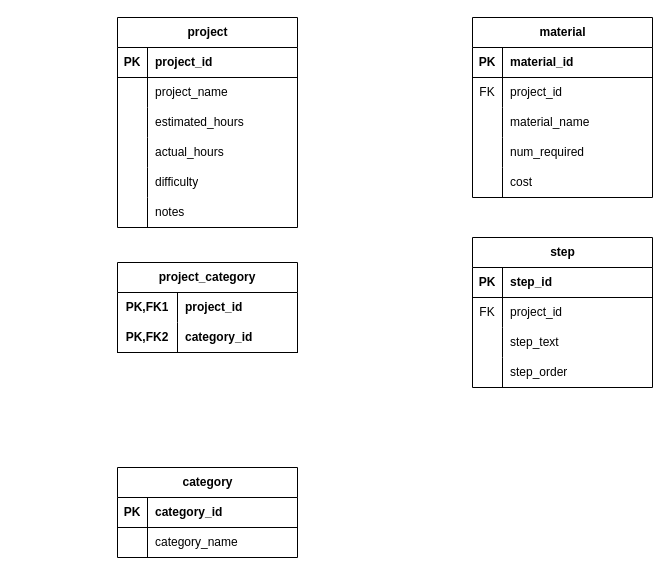
Before: projects-erd.drawio in countkhalil/Week7-Coding, a draw.io diagram. Source tidied: cells renumbered, new cells numbered last; positions are measured from the earlier drawing's top-left corner, leaving out a move shared by most shapes. Both pictures are drawn from the tidied source at 100%, with x=0, y=0 at pixel (117, 17).
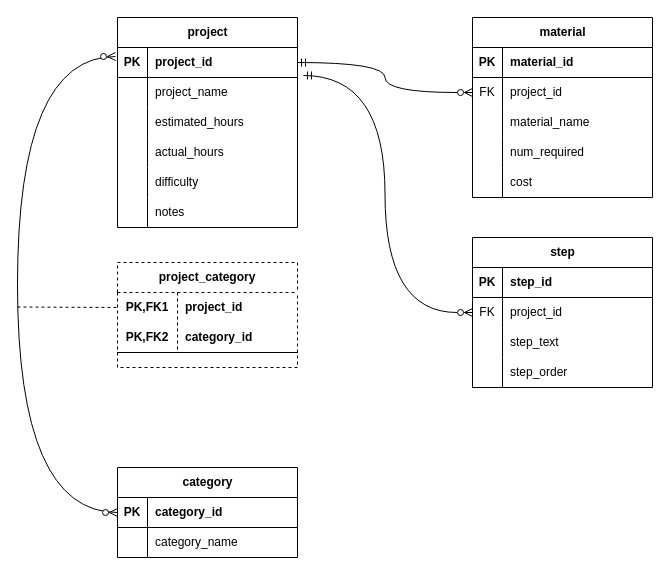
The same diagram, later.

The change refers to these unchanged cells:
```xml
<mxCell id="3" style="shape=tableRow;horizontal=0;startSize=0;swimlaneHead=0;swimlaneBody=0;fillColor=none;points=[[0,0.5],[1,0.5]];portConstraint=eastwest;top=0;left=0;right=0;bottom=1;" parent="2" vertex="1">
  <mxGeometry y="30" width="180" height="30" as="geometry" />
</mxCell>
<mxCell id="25" style="shape=tableRow;horizontal=0;startSize=0;swimlaneHead=0;swimlaneBody=0;fillColor=none;points=[[0,0.5],[1,0.5]];portConstraint=eastwest;top=0;left=0;right=0;bottom=0;" parent="21" vertex="1">
  <mxGeometry y="60" width="180" height="30" as="geometry" />
</mxCell>
<mxCell id="38" style="shape=tableRow;horizontal=0;startSize=0;swimlaneHead=0;swimlaneBody=0;fillColor=none;points=[[0,0.5],[1,0.5]];portConstraint=eastwest;top=0;left=0;right=0;bottom=1;" parent="37" vertex="1">
  <mxGeometry y="30" width="180" height="30" as="geometry" />
</mxCell>
<mxCell id="48" style="shape=tableRow;horizontal=0;startSize=0;swimlaneHead=0;swimlaneBody=0;fillColor=none;points=[[0,0.5],[1,0.5]];portConstraint=eastwest;top=0;left=0;right=0;bottom=0;" parent="44" vertex="1">
  <mxGeometry y="60" width="180" height="30" as="geometry" />
</mxCell>
<mxCell id="58" style="shape=tableRow;horizontal=0;startSize=0;swimlaneHead=0;swimlaneBody=0;fillColor=none;points=[[0,0.5],[1,0.5]];portConstraint=eastwest;top=0;left=0;right=0;bottom=0;html=1;" parent="57" vertex="1">
  <mxGeometry y="30" width="180" height="30" as="geometry" />
</mxCell>
```

The edit, as a diff of the source:
```diff
@@
-    <mxCell id="57" value="project_category" style="shape=table;startSize=30;childLayout=tableLayout;rowLines=0;fontStyle=1;align=center;html=1;whiteSpace=wrap;" parent="1" vertex="1">
-      <mxGeometry y="245" width="180" height="90" as="geometry" />
+    <mxCell id="57" value="project_category" style="shape=table;startSize=30;childLayout=tableLayout;rowLines=0;fontStyle=1;align=center;html=1;whiteSpace=wrap;dashed=1;" parent="1" vertex="1">
+      <mxGeometry y="245" width="180" height="105" as="geometry" />
     </mxCell>
@@
+    <mxCell id="64" style="edgeStyle=orthogonalEdgeStyle;fontSize=12;html=1;endArrow=ERzeroToMany;endFill=1;startArrow=ERzeroToMany;rounded=0;curved=1;entryX=-0.011;entryY=0.3;entryDx=0;entryDy=0;entryPerimeter=0;exitX=0;exitY=0.5;exitDx=0;exitDy=0;" parent="1" edge="1" source="38" target="3">
+      <mxGeometry relative="1" as="geometry">
+        <Array as="points">
+          <mxPoint x="-100" y="495" />
+          <mxPoint x="-100" y="39" />
+        </Array>
+      </mxGeometry>
+    </mxCell>
+    <mxCell id="65" style="endArrow=none;html=1;rounded=0;entryX=0;entryY=0.5;entryDx=0;entryDy=0;dashed=1;" parent="1" edge="1" target="58">
+      <mxGeometry relative="1" as="geometry">
+        <mxPoint x="-100" y="289.5" as="sourcePoint" />
+      </mxGeometry>
+    </mxCell>
+    <mxCell id="66" style="edgeStyle=orthogonalEdgeStyle;fontSize=12;html=1;endArrow=ERzeroToMany;startArrow=ERmandOne;rounded=0;curved=1;exitX=1;exitY=0.5;exitDx=0;exitDy=0;entryX=0;entryY=0.5;entryDx=0;entryDy=0;endFill=0;" parent="1" edge="1" source="3" target="25">
+      <mxGeometry relative="1" as="geometry" />
+    </mxCell>
+    <mxCell id="67" style="edgeStyle=orthogonalEdgeStyle;fontSize=12;html=1;endArrow=ERzeroToMany;startArrow=ERmandOne;rounded=0;curved=1;exitX=1.033;exitY=0.933;exitDx=0;exitDy=0;entryX=0;entryY=0.5;entryDx=0;entryDy=0;endFill=0;exitPerimeter=0;" parent="1" edge="1" source="3" target="48">
+      <mxGeometry relative="1" as="geometry" />
+    </mxCell>
```
